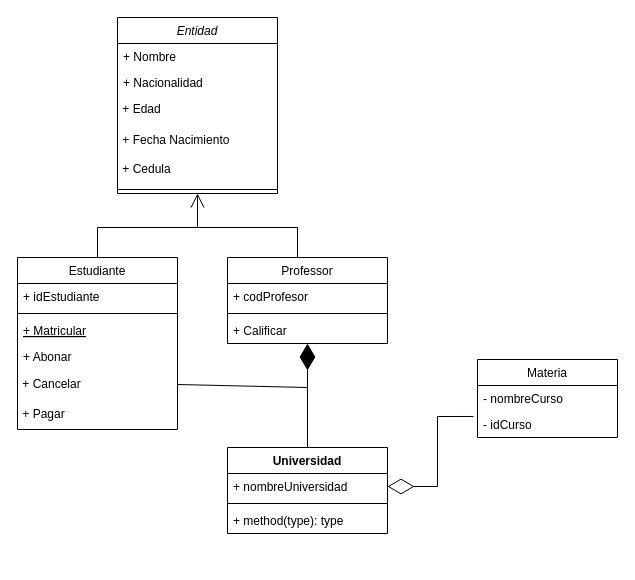
The draw.io diagram Diagrama de clases.drawio in Glen96/Proyecto_Registro_estudiantes, before the edit. Source tidied: cells renumbered, new cells numbered last; positions are measured from the earlier drawing's top-left corner, leaving out a move shared by most shapes. Both pictures are drawn from the tidied source at 100%, with x=0, y=0 at pixel (17, 17).
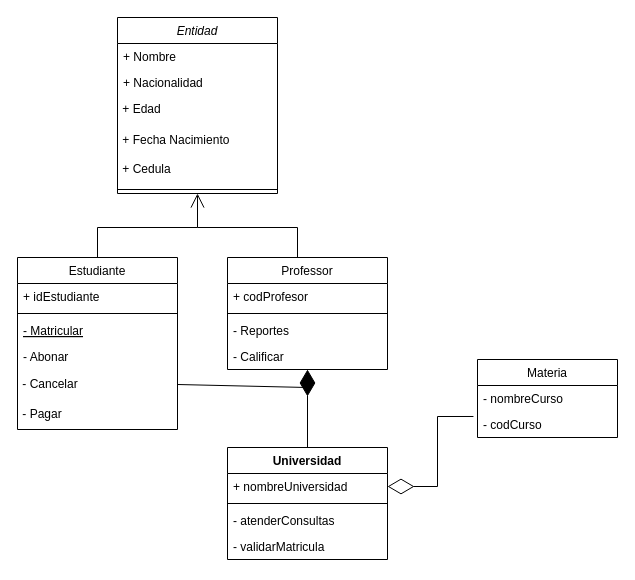
Above is the later version.

Unchanged cells that the change refers to:
```xml
<mxCell id="9" value="Estudiante" style="swimlane;fontStyle=0;align=center;verticalAlign=top;horizontal=1;startSize=26;rounded=0;shadow=0;strokeWidth=1;" parent="1" vertex="1">
  <mxGeometry y="240" width="160" height="172" as="geometry" />
</mxCell>
<mxCell id="28" value="Materia" style="swimlane;fontStyle=0;horizontal=1;startSize=26;fillColor=none;align=center;" parent="1" vertex="1">
  <mxGeometry x="460" y="342" width="140" height="78" as="geometry" />
</mxCell>
```

Change to the diagram source:
```diff
@@
-    <mxCell id="12" value="+ Matricular" style="text;align=left;verticalAlign=top;spacingLeft=4;spacingRight=4;overflow=hidden;fontStyle=4;" parent="9" vertex="1">
+    <mxCell id="12" value="- Matricular" style="text;align=left;verticalAlign=top;spacingLeft=4;spacingRight=4;overflow=hidden;fontStyle=4;" parent="9" vertex="1">
       <mxGeometry y="60" width="160" height="26" as="geometry" />
     </mxCell>
-    <mxCell id="13" value="+ Abonar" style="text;align=left;verticalAlign=top;spacingLeft=4;spacingRight=4;overflow=hidden;" parent="9" vertex="1">
+    <mxCell id="13" value="- Abonar" style="text;align=left;verticalAlign=top;spacingLeft=4;spacingRight=4;overflow=hidden;" parent="9" vertex="1">
       <mxGeometry y="86" width="160" height="26" as="geometry" />
     </mxCell>
-    <mxCell id="14" value="&amp;nbsp;+ Cancelar" style="text;html=1;strokeColor=none;fillColor=none;align=left;verticalAlign=middle;whiteSpace=wrap;rounded=0;" parent="9" vertex="1">
+    <mxCell id="14" value="&amp;nbsp;- Cancelar" style="text;html=1;strokeColor=none;fillColor=none;align=left;verticalAlign=middle;whiteSpace=wrap;rounded=0;" parent="9" vertex="1">
       <mxGeometry y="112" width="160" height="30" as="geometry" />
     </mxCell>
-    <mxCell id="15" value="&amp;nbsp;+ Pagar" style="text;html=1;strokeColor=none;fillColor=none;align=left;verticalAlign=middle;whiteSpace=wrap;rounded=0;" parent="9" vertex="1">
+    <mxCell id="15" value="&amp;nbsp;- Pagar" style="text;html=1;strokeColor=none;fillColor=none;align=left;verticalAlign=middle;whiteSpace=wrap;rounded=0;" parent="9" vertex="1">
       <mxGeometry y="142" width="160" height="30" as="geometry" />
     </mxCell>
     <mxCell id="16" value="Professor" style="swimlane;fontStyle=0;align=center;verticalAlign=top;horizontal=1;startSize=26;rounded=0;shadow=0;strokeWidth=1;" parent="1" vertex="1">
-      <mxGeometry x="210" y="240" width="160" height="86" as="geometry" />
+      <mxGeometry x="210" y="240" width="160" height="112" as="geometry" />
     </mxCell>
@@
+    <mxCell id="32" value="- Reportes" style="text;strokeColor=none;fillColor=none;align=left;verticalAlign=top;spacingLeft=4;spacingRight=4;overflow=hidden;" parent="16" vertex="1">
+      <mxGeometry y="60" width="160" height="26" as="geometry" />
+    </mxCell>
-    <mxCell id="19" value="+ Calificar" style="text;strokeColor=none;fillColor=none;align=left;verticalAlign=top;spacingLeft=4;spacingRight=4;overflow=hidden;" parent="16" vertex="1">
-      <mxGeometry y="60" width="160" height="26" as="geometry" />
+    <mxCell id="19" value="- Calificar" style="text;strokeColor=none;fillColor=none;align=left;verticalAlign=top;spacingLeft=4;spacingRight=4;overflow=hidden;" parent="16" vertex="1">
+      <mxGeometry y="86" width="160" height="26" as="geometry" />
     </mxCell>
@@
     <mxCell id="22" value="Universidad" style="swimlane;fontStyle=1;align=center;verticalAlign=top;horizontal=1;startSize=26;" parent="1" vertex="1">
-      <mxGeometry x="210" y="430" width="160" height="86" as="geometry" />
+      <mxGeometry x="210" y="430" width="160" height="112" as="geometry" />
     </mxCell>
@@
+    <mxCell id="33" value="- atenderConsultas" style="text;strokeColor=none;fillColor=none;align=left;verticalAlign=top;spacingLeft=4;spacingRight=4;overflow=hidden;" parent="22" vertex="1">
+      <mxGeometry y="60" width="160" height="26" as="geometry" />
+    </mxCell>
-    <mxCell id="25" value="+ method(type): type" style="text;strokeColor=none;fillColor=none;align=left;verticalAlign=top;spacingLeft=4;spacingRight=4;overflow=hidden;" parent="22" vertex="1">
-      <mxGeometry y="60" width="160" height="26" as="geometry" />
+    <mxCell id="25" value="- validarMatricula" style="text;strokeColor=none;fillColor=none;align=left;verticalAlign=top;spacingLeft=4;spacingRight=4;overflow=hidden;" parent="22" vertex="1">
+      <mxGeometry y="86" width="160" height="26" as="geometry" />
     </mxCell>
@@
-    <mxCell id="30" value="- idCurso" style="text;strokeColor=none;fillColor=none;align=left;verticalAlign=top;spacingLeft=4;spacingRight=4;overflow=hidden;" parent="28" vertex="1">
+    <mxCell id="30" value="- codCurso" style="text;strokeColor=none;fillColor=none;align=left;verticalAlign=top;spacingLeft=4;spacingRight=4;overflow=hidden;" parent="28" vertex="1">
       <mxGeometry y="52" width="140" height="26" as="geometry" />
     </mxCell>
```
